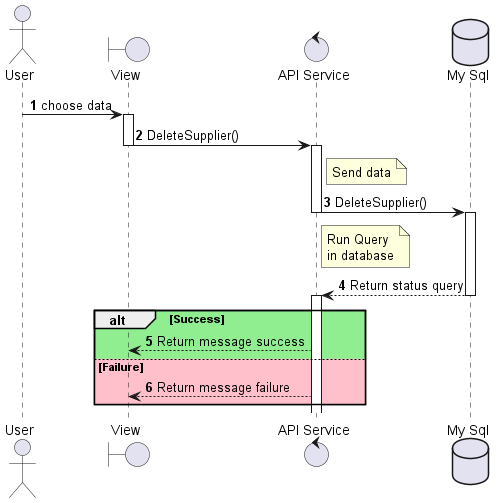
This is out/sequenceDiagram_Supplier_delete/sequenceDiagram_Supplier_delete.png from Fitranda/Diagram, a PlantUML export, as it was before one commit. The source it was exported from:
```plantuml
@startuml sequenceDiagram_Supplier_delete
actor User
boundary "View" as View
control "API Service" as APIService
database "My Sql" as DB

autonumber
User -> View --++ : choose data
View -> APIService --++ : DeleteSupplier()
note right of APIService: Send data
APIService -> DB --++ : DeleteSupplier()
note right of APIService: Run Query\nin database
DB --> APIService --++ : Return status query
alt #LightGreen  Success
    APIService --> View  : Return message success
else #Pink Failure
    APIService --> View  : Return message failure
end
@enduml
```
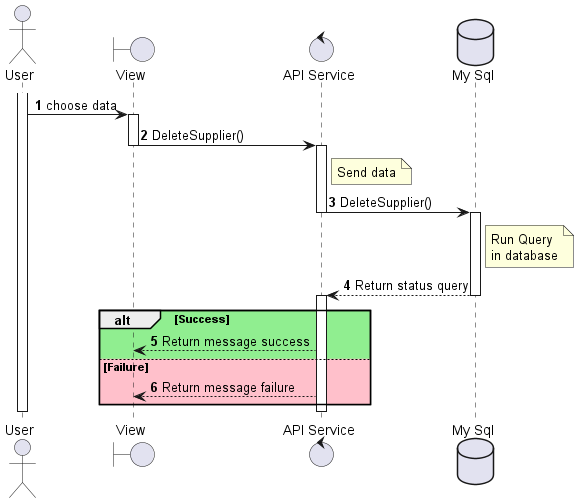
Above is the later version.

Change to the diagram source:
```diff
@@ -5,15 +5,25 @@
 database "My Sql" as DB
 
 autonumber
-User -> View --++ : choose data
-View -> APIService --++ : DeleteSupplier()
+activate User
+User -> View : choose data
+activate View
+View -> APIService : DeleteSupplier()
+deactivate View
+activate APIService
 note right of APIService: Send data
-APIService -> DB --++ : DeleteSupplier()
-note right of APIService: Run Query\nin database
-DB --> APIService --++ : Return status query
-alt #LightGreen  Success
-    APIService --> View  : Return message success
+APIService -> DB : DeleteSupplier()
+deactivate APIService
+activate DB
+note right of DB: Run Query\nin database
+DB --> APIService : Return status query
+deactivate DB
+activate APIService
+alt #LightGreen Success
+    APIService --> View : Return message success
 else #Pink Failure
-    APIService --> View  : Return message failure
+    APIService --> View : Return message failure
 end
+deactivate User
+deactivate APIService
 @enduml
```
